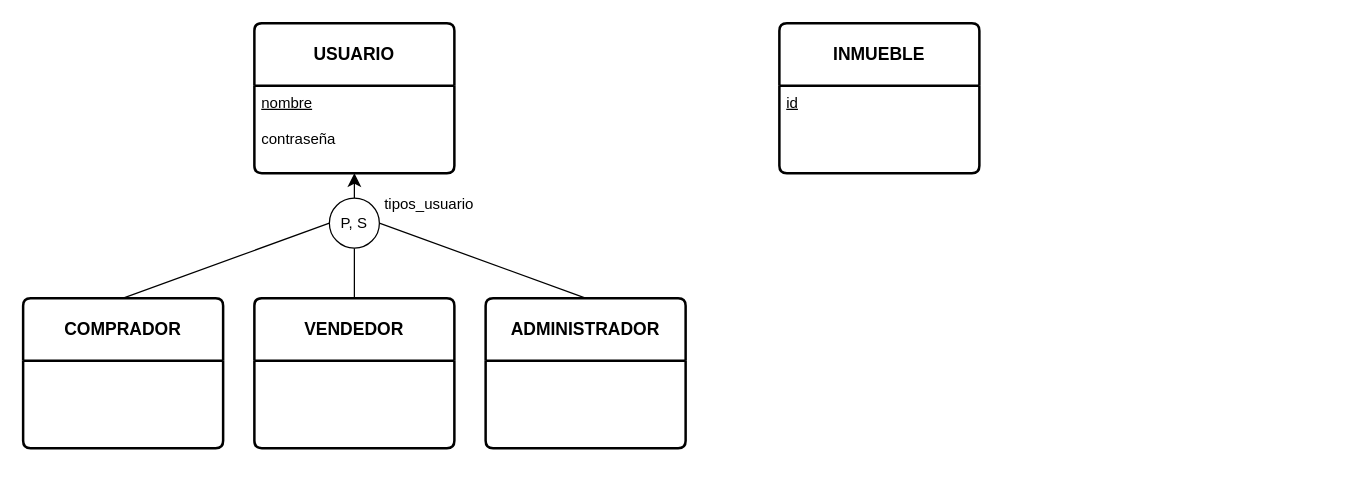
PobladoRestringido/prog2-25-B2 keeps this draw.io diagram as docs/modelos_datos/entidad_relacion.drawio. Above is the earlier version. Source tidied: cells renumbered, new cells numbered last; positions are measured from the earlier drawing's top-left corner, leaving out a move shared by most shapes. Both pictures are drawn from the tidied source at 125%, with x=0, y=0 at pixel (22, 22).
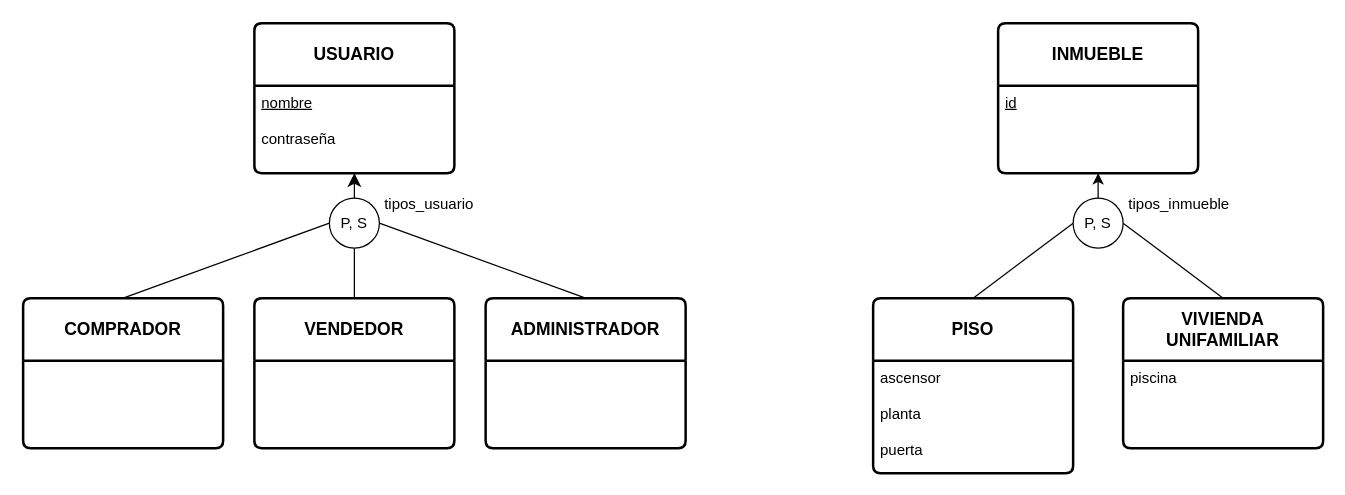
After the change.

Commit message:
Añadidos inmueble e hijas

The change refers to these unchanged cells:
```xml
<mxCell id="14" value="&lt;u&gt;id&lt;/u&gt;&lt;br&gt;&lt;br&gt;&lt;div&gt;&lt;br&gt;&lt;/div&gt;" style="align=left;strokeColor=none;fillColor=none;spacingLeft=4;spacingRight=4;fontSize=12;verticalAlign=top;html=1;whiteSpace=wrap;" parent="13" vertex="1">
  <mxGeometry y="50" width="160" height="70" as="geometry" />
</mxCell>
```

Change to the diagram source:
```diff
@@
     <mxCell id="13" value="&lt;b&gt;INMUEBLE&lt;/b&gt;" style="swimlane;horizontal=1;startSize=50;rounded=1;fontSize=14;fontStyle=0;strokeWidth=2;shadow=0;dashed=0;align=center;arcSize=4;whiteSpace=wrap;html=1;" parent="1" vertex="1">
-      <mxGeometry x="605" width="160" height="120" as="geometry" />
+      <mxGeometry x="780" width="160" height="120" as="geometry" />
     </mxCell>
@@
+    <mxCell id="15" style="edgeStyle=none;curved=1;rounded=0;orthogonalLoop=1;jettySize=auto;html=1;exitX=0.5;exitY=0;exitDx=0;exitDy=0;entryX=0;entryY=0.5;entryDx=0;entryDy=0;fontSize=12;startSize=8;endSize=8;endArrow=none;startFill=0;" parent="1" edge="1">
+      <mxGeometry relative="1" as="geometry">
+        <mxPoint x="760" y="220" as="sourcePoint" />
+        <mxPoint x="840" y="160" as="targetPoint" />
+      </mxGeometry>
+    </mxCell>
+    <mxCell id="16" style="edgeStyle=none;curved=1;rounded=0;orthogonalLoop=1;jettySize=auto;html=1;exitX=0.5;exitY=0;exitDx=0;exitDy=0;entryX=1;entryY=0.5;entryDx=0;entryDy=0;fontSize=12;startSize=8;endSize=8;endArrow=none;startFill=0;" parent="1" edge="1">
+      <mxGeometry relative="1" as="geometry">
+        <mxPoint x="960" y="220" as="sourcePoint" />
+        <mxPoint x="880" y="160" as="targetPoint" />
+      </mxGeometry>
+    </mxCell>
+    <mxCell id="17" style="edgeStyle=orthogonalEdgeStyle;rounded=0;jettySize=auto;html=1;exitX=0.5;exitY=0;exitDx=0;exitDy=0;entryX=0.5;entryY=1;entryDx=0;entryDy=0;" parent="1" edge="1" source="18" target="14">
+      <mxGeometry relative="1" as="geometry" />
+    </mxCell>
+    <mxCell id="18" value="P, S" style="ellipse;whiteSpace=wrap;html=1;" parent="1" vertex="1">
+      <mxGeometry x="840" y="140" width="40" height="40" as="geometry" />
+    </mxCell>
+    <mxCell id="19" value="tipos_inmueble" style="text;html=1;align=center;verticalAlign=middle;whiteSpace=wrap;rounded=0;" parent="1" vertex="1">
+      <mxGeometry x="895" y="130" width="60" height="30" as="geometry" />
+    </mxCell>
+    <mxCell id="20" value="&lt;b&gt;PISO&lt;/b&gt;" style="swimlane;horizontal=1;startSize=50;rounded=1;fontSize=14;fontStyle=0;strokeWidth=2;shadow=0;dashed=0;align=center;arcSize=4;whiteSpace=wrap;html=1;" parent="1" vertex="1">
+      <mxGeometry x="680" y="220" width="160" height="140" as="geometry" />
+    </mxCell>
+    <mxCell id="21" value="&lt;div&gt;ascensor&lt;/div&gt;&lt;div&gt;&lt;br&gt;&lt;/div&gt;planta&lt;div&gt;&lt;br&gt;&lt;/div&gt;&lt;div&gt;puerta&lt;/div&gt;" style="align=left;strokeColor=none;fillColor=none;spacingLeft=4;spacingRight=4;fontSize=12;verticalAlign=top;html=1;whiteSpace=wrap;" parent="20" vertex="1">
+      <mxGeometry y="50" width="160" height="90" as="geometry" />
+    </mxCell>
+    <mxCell id="22" value="&lt;b&gt;VIVIENDA UNIFAMILIAR&lt;/b&gt;" style="swimlane;horizontal=1;startSize=50;rounded=1;fontSize=14;fontStyle=0;strokeWidth=2;shadow=0;dashed=0;align=center;arcSize=4;whiteSpace=wrap;html=1;" parent="1" vertex="1">
+      <mxGeometry x="880" y="220" width="160" height="120" as="geometry" />
+    </mxCell>
+    <mxCell id="23" value="piscina" style="align=left;strokeColor=none;fillColor=none;spacingLeft=4;spacingRight=4;fontSize=12;verticalAlign=top;html=1;whiteSpace=wrap;" parent="22" vertex="1">
+      <mxGeometry y="50" width="160" height="70" as="geometry" />
+    </mxCell>
```
